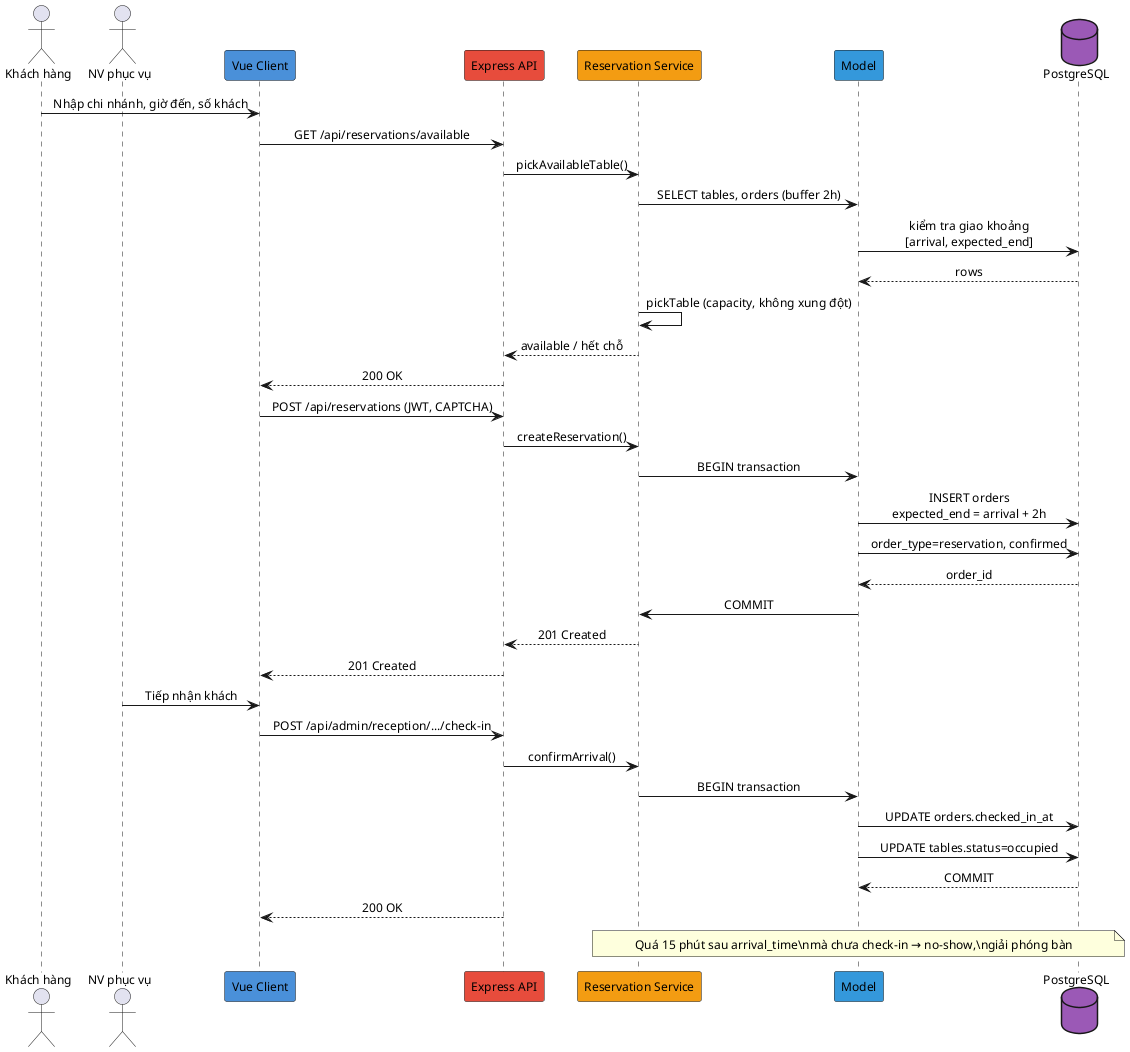
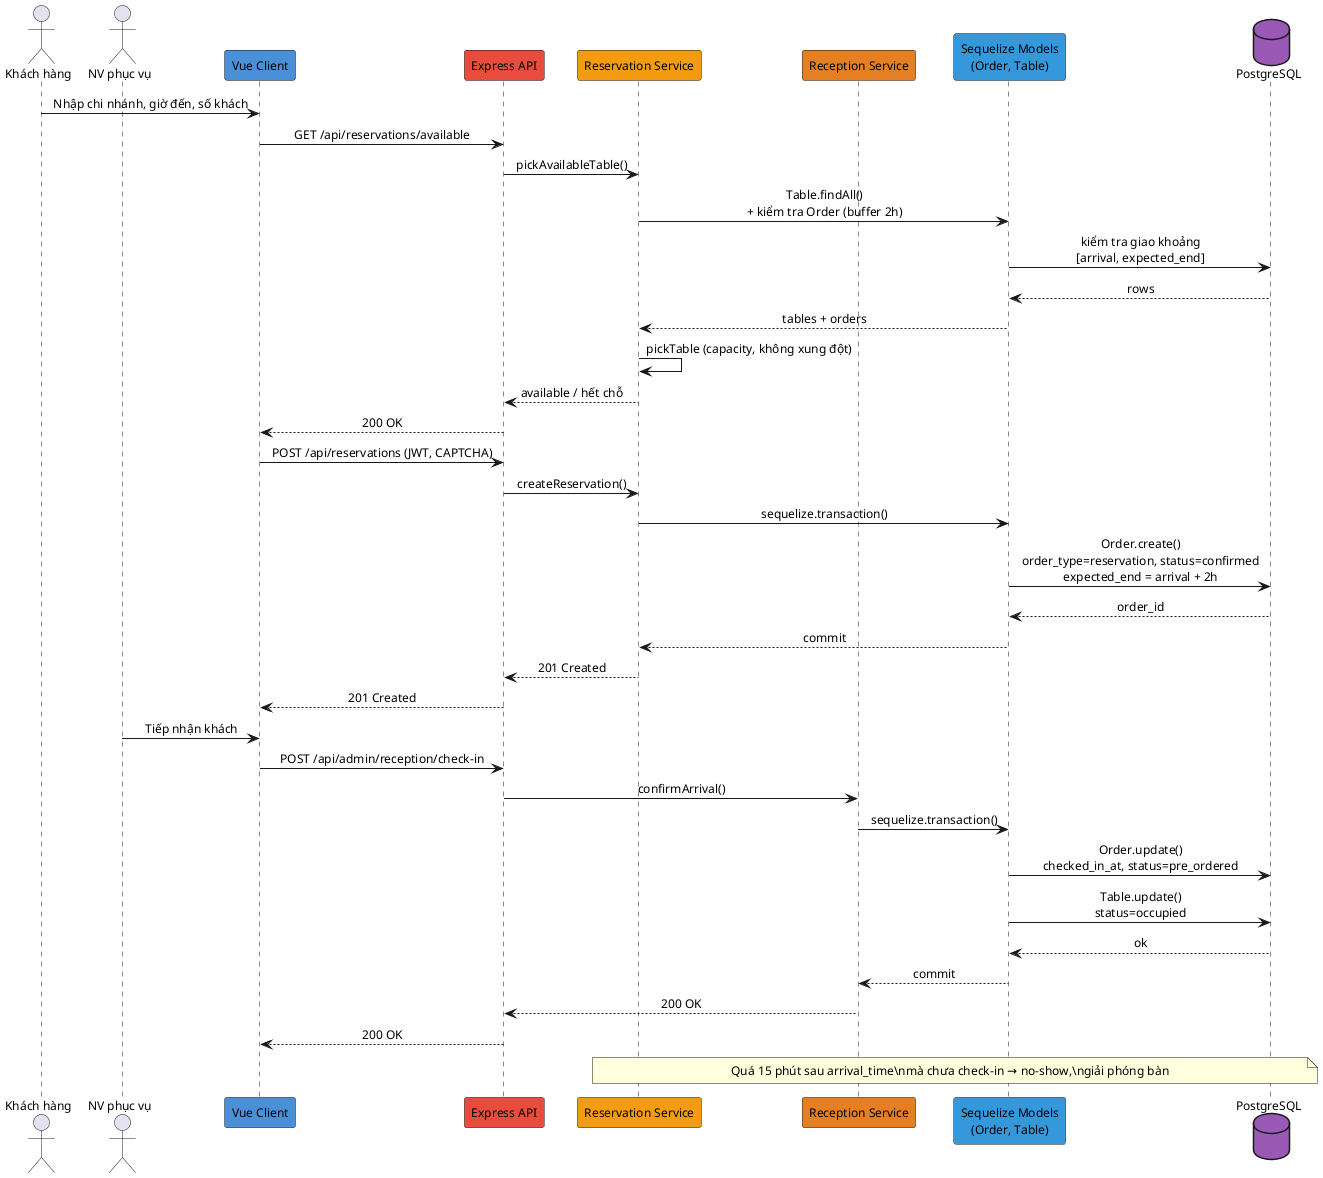
@startuml
skinparam defaultFontSize 12
skinparam sequenceMessageAlign center

actor "Khách hàng" as C
actor "NV phục vụ" as W
participant "Vue Client" as FE #4A90D9
participant "Express API" as API #E74C3C
- participant "Reservation Service" as SVC #F39C12
- participant "Model" as MODEL #3498DB
+ participant "Reservation Service" as RSV #F39C12
+ participant "Reception Service" as REC #E67E22
+ participant "Sequelize Models\n(Order, Table)" as MODEL #3498DB
database "PostgreSQL" as DB #9B59B6

C -> FE : Nhập chi nhánh, giờ đến, số khách
FE -> API : GET /api/reservations/available
- API -> SVC : pickAvailableTable()
- SVC -> MODEL : SELECT tables, orders (buffer 2h)
+ API -> RSV : pickAvailableTable()
+ RSV -> MODEL : Table.findAll()\n+ kiểm tra Order (buffer 2h)
MODEL -> DB : kiểm tra giao khoảng\n[arrival, expected_end]
DB --> MODEL : rows
- SVC -> SVC : pickTable (capacity, không xung đột)
- SVC --> API : available / hết chỗ
+ MODEL --> RSV : tables + orders
+ RSV -> RSV : pickTable (capacity, không xung đột)
+ RSV --> API : available / hết chỗ
API --> FE : 200 OK

FE -> API : POST /api/reservations (JWT, CAPTCHA)
- API -> SVC : createReservation()
- SVC -> MODEL : BEGIN transaction
- MODEL -> DB : INSERT orders\nexpected_end = arrival + 2h
- MODEL -> DB : order_type=reservation, confirmed
+ API -> RSV : createReservation()
+ RSV -> MODEL : sequelize.transaction()
+ MODEL -> DB : Order.create()\norder_type=reservation, status=confirmed\nexpected_end = arrival + 2h
DB --> MODEL : order_id
- MODEL -> SVC : COMMIT
- SVC --> API : 201 Created
+ MODEL --> RSV : commit
+ RSV --> API : 201 Created
API --> FE : 201 Created

W -> FE : Tiếp nhận khách
- FE -> API : POST /api/admin/reception/.../check-in
- API -> SVC : confirmArrival()
- SVC -> MODEL : BEGIN transaction
- MODEL -> DB : UPDATE orders.checked_in_at
- MODEL -> DB : UPDATE tables.status=occupied
- DB --> MODEL : COMMIT
+ FE -> API : POST /api/admin/reception/check-in
+ API -> REC : confirmArrival()
+ REC -> MODEL : sequelize.transaction()
+ MODEL -> DB : Order.update()\nchecked_in_at, status=pre_ordered
+ MODEL -> DB : Table.update()\nstatus=occupied
+ DB --> MODEL : ok
+ MODEL --> REC : commit
+ REC --> API : 200 OK
API --> FE : 200 OK

- note over SVC, DB
+ note over RSV, DB
  Quá 15 phút sau arrival_time\nmà chưa check-in → no-show,\ngiải phóng bàn
end note

@enduml
